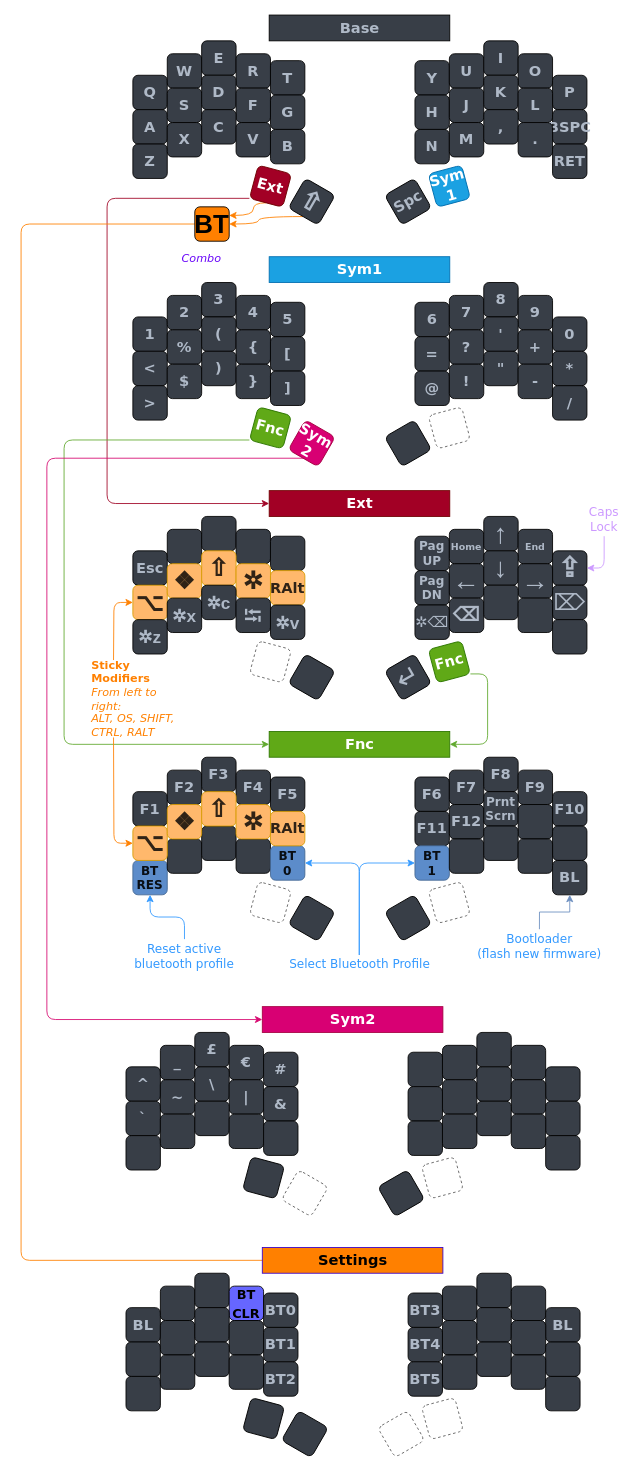
Lbredeson/zmk-pray keeps this draw.io diagram as Untitled Diagram.drawio. Above is the earlier version. Source tidied: cells renumbered, new cells numbered last; positions are measured from the earlier drawing's top-left corner, leaving out a move shared by most shapes. Both pictures are drawn from the tidied source at 86%, with x=0, y=0 at pixel (21, 15).
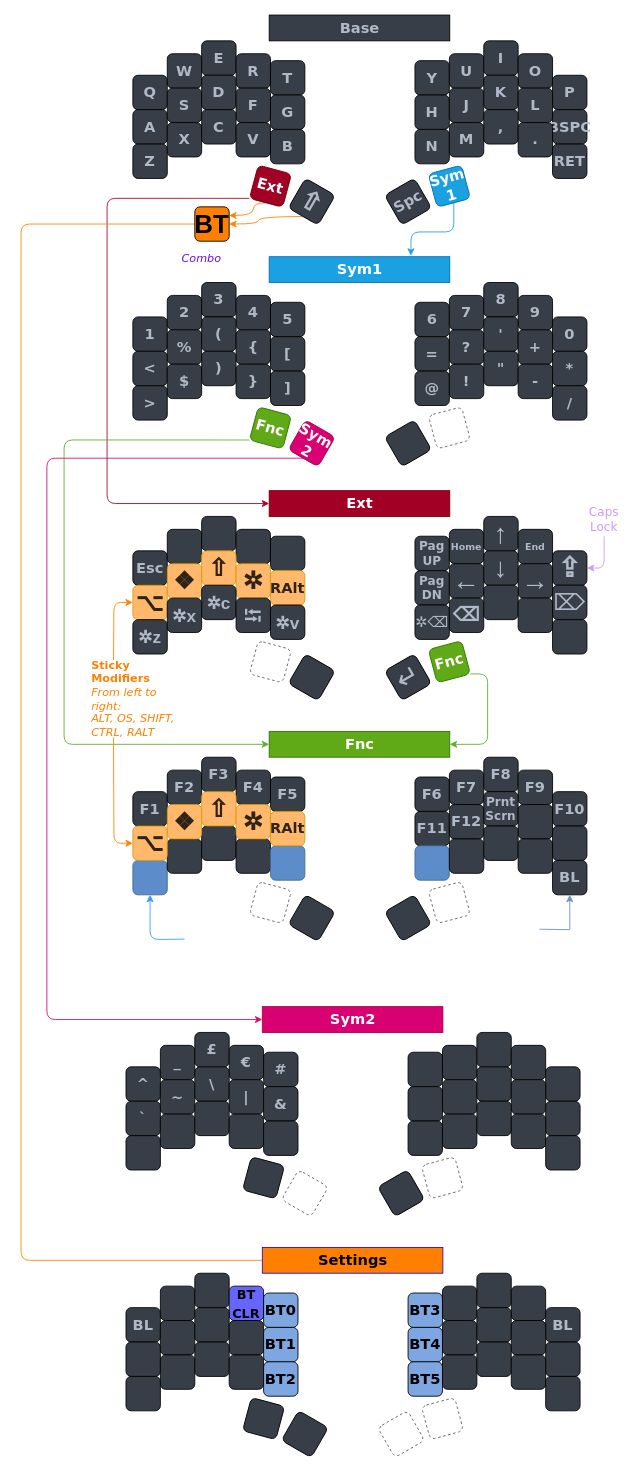
The same page after the edit.

Unchanged cells that the change refers to:
```xml
<mxCell id="38" value="Sym&lt;br&gt;1" style="whiteSpace=wrap;html=1;rotation=-15;fontSize=17;fontFamily=Verdana;fontStyle=1;fillColor=#1ba1e2;strokeColor=#006EAF;fontColor=#ffffff;rounded=1;" parent="1" vertex="1">
  <mxGeometry x="478" y="179" width="40" height="40" as="geometry" />
</mxCell>
<mxCell id="141" value="BL" style="whiteSpace=wrap;html=1;fontSize=17;fontFamily=Verdana;fontStyle=1;fontColor=#AFB9C7;fillColor=#383E47;rounded=1;" parent="1" vertex="1">
  <mxGeometry x="618" y="983" width="40" height="40" as="geometry" />
</mxCell>
```

The edit, as a diff of the source:
```diff
@@
+    <mxCell id="234" style="edgeStyle=orthogonalEdgeStyle;rounded=1;jettySize=auto;html=1;exitX=0.5;exitY=1;exitDx=0;exitDy=0;entryX=0.785;entryY=-0.04;entryDx=0;entryDy=0;entryPerimeter=0;fontColor=#000000;strokeColor=#1BA1E2;" parent="1" edge="1" source="38" target="76">
+      <mxGeometry relative="1" as="geometry" />
+    </mxCell>
@@
-    <mxCell id="76" value="&lt;b&gt;Sym1&lt;/b&gt;" style="rounded=0;whiteSpace=wrap;html=1;fontFamily=Verdana;fontSize=17;fillColor=#1ba1e2;strokeColor=#006EAF;fontStyle=0;fontColor=#ffffff;" parent="1" vertex="1">
+    <mxCell id="76" value="&lt;b&gt;Sym1&lt;/b&gt;" style="rounded=0;whiteSpace=wrap;html=1;fontFamily=Verdana;fontSize=17;fillColor=#1BA1E2;strokeColor=#006EAF;fontStyle=0;fontColor=#ffffff;" parent="1" vertex="1">
       <mxGeometry x="288.5" y="281" width="210" height="30" as="geometry" />
     </mxCell>
@@
-    <mxCell id="122" value="BT&lt;br style=&quot;font-size: 14px;&quot;&gt;RES" style="whiteSpace=wrap;html=1;fontSize=14;fontFamily=Verdana;fontStyle=1;fillColor=#5C8CCA;strokeColor=#456893;fontColor=#090e14;rounded=1;" parent="1" vertex="1">
+    <mxCell id="122" style="whiteSpace=wrap;html=1;fontSize=14;fontFamily=Verdana;fontStyle=1;fillColor=#5C8CCA;strokeColor=#456893;fontColor=#090e14;rounded=1;" parent="1" vertex="1">
       <mxGeometry x="130" y="983" width="40" height="40" as="geometry" />
     </mxCell>
@@
-    <mxCell id="126" value="BT&lt;br style=&quot;font-size: 14px;&quot;&gt;0" style="whiteSpace=wrap;html=1;fontSize=14;fontFamily=Verdana;fontStyle=1;fillColor=#5C8CCA;strokeColor=#456893;fontColor=#090e14;rounded=1;" parent="1" vertex="1">
+    <mxCell id="126" style="whiteSpace=wrap;html=1;fontSize=14;fontFamily=Verdana;fontStyle=1;fillColor=#5C8CCA;strokeColor=#456893;fontColor=#090e14;rounded=1;" parent="1" vertex="1">
       <mxGeometry x="290" y="966" width="40" height="40" as="geometry" />
     </mxCell>
@@
-    <mxCell id="137" value="BT&lt;br style=&quot;font-size: 14px;&quot;&gt;1" style="whiteSpace=wrap;html=1;fontSize=14;fontFamily=Verdana;fontStyle=1;fillColor=#5C8CCA;strokeColor=#456893;fontColor=#090e14;rounded=1;" parent="1" vertex="1">
+    <mxCell id="137" style="whiteSpace=wrap;html=1;fontSize=14;fontFamily=Verdana;fontStyle=1;fillColor=#5C8CCA;strokeColor=#456893;fontColor=#090e14;rounded=1;" parent="1" vertex="1">
       <mxGeometry x="458" y="966" width="40" height="40" as="geometry" />
     </mxCell>
@@
-    <mxCell id="155" value="BT0" style="whiteSpace=wrap;html=1;fontSize=17;fontFamily=Verdana;fontStyle=1;fontColor=#AFB9C7;fillColor=#383E47;rounded=1;" parent="1" vertex="1">
+    <mxCell id="155" value="&lt;font color=&quot;#000000&quot;&gt;BT0&lt;/font&gt;" style="whiteSpace=wrap;html=1;fontSize=17;fontFamily=Verdana;fontStyle=1;fontColor=#AFB9C7;fillColor=#7EA6E0;rounded=1;" parent="1" vertex="1">
       <mxGeometry x="282" y="1486" width="40" height="40" as="geometry" />
     </mxCell>
@@
-    <mxCell id="160" value="BT1" style="whiteSpace=wrap;html=1;fontSize=17;fontFamily=Verdana;fontStyle=1;fontColor=#AFB9C7;fillColor=#383E47;rounded=1;" parent="1" vertex="1">
+    <mxCell id="160" value="&lt;font color=&quot;#000000&quot;&gt;BT1&lt;/font&gt;" style="whiteSpace=wrap;html=1;fontSize=17;fontFamily=Verdana;fontStyle=1;fontColor=#AFB9C7;fillColor=#7EA6E0;rounded=1;" parent="1" vertex="1">
       <mxGeometry x="282" y="1526" width="40" height="40" as="geometry" />
     </mxCell>
@@
-    <mxCell id="165" value="BT2" style="whiteSpace=wrap;html=1;fontSize=17;fontFamily=Verdana;fontStyle=1;fontColor=#AFB9C7;fillColor=#383E47;rounded=1;" parent="1" vertex="1">
+    <mxCell id="165" value="&lt;font color=&quot;#000000&quot;&gt;BT2&lt;/font&gt;" style="whiteSpace=wrap;html=1;fontSize=17;fontFamily=Verdana;fontStyle=1;fontColor=#AFB9C7;fillColor=#7EA6E0;rounded=1;" parent="1" vertex="1">
       <mxGeometry x="282" y="1566" width="40" height="40" as="geometry" />
     </mxCell>
@@
-    <mxCell id="168" value="BT3" style="whiteSpace=wrap;html=1;fontSize=17;fontFamily=Verdana;fontStyle=1;fontColor=#AFB9C7;fillColor=#383E47;rounded=1;" parent="1" vertex="1">
+    <mxCell id="168" value="&lt;font color=&quot;#000000&quot;&gt;BT3&lt;/font&gt;" style="whiteSpace=wrap;html=1;fontSize=17;fontFamily=Verdana;fontStyle=1;fontColor=#AFB9C7;fillColor=#7EA6E0;rounded=1;" parent="1" vertex="1">
       <mxGeometry x="450" y="1486" width="40" height="40" as="geometry" />
     </mxCell>
@@
-    <mxCell id="173" value="BT4" style="whiteSpace=wrap;html=1;fontSize=17;fontFamily=Verdana;fontStyle=1;fontColor=#AFB9C7;fillColor=#383E47;rounded=1;" parent="1" vertex="1">
+    <mxCell id="173" value="&lt;font color=&quot;#000000&quot;&gt;BT4&lt;/font&gt;" style="whiteSpace=wrap;html=1;fontSize=17;fontFamily=Verdana;fontStyle=1;fontColor=#AFB9C7;fillColor=#7EA6E0;rounded=1;" parent="1" vertex="1">
       <mxGeometry x="450" y="1526" width="40" height="40" as="geometry" />
     </mxCell>
@@
-    <mxCell id="178" value="BT5" style="whiteSpace=wrap;html=1;fontSize=17;fontFamily=Verdana;fontStyle=1;fontColor=#AFB9C7;fillColor=#383E47;rounded=1;" parent="1" vertex="1">
+    <mxCell id="178" value="&lt;font color=&quot;#000000&quot;&gt;BT5&lt;/font&gt;" style="whiteSpace=wrap;html=1;fontSize=17;fontFamily=Verdana;fontStyle=1;fontColor=#AFB9C7;fillColor=#7EA6E0;rounded=1;" parent="1" vertex="1">
       <mxGeometry x="450" y="1566" width="40" height="40" as="geometry" />
     </mxCell>
@@
-    <mxCell id="186" style="edgeStyle=orthogonalEdgeStyle;rounded=1;jettySize=auto;html=1;exitX=0.5;exitY=0;exitDx=0;exitDy=0;entryX=1;entryY=0.5;entryDx=0;entryDy=0;fontFamily=Verdana;fontSize=14;fontColor=#3399FF;strokeColor=#3399FF;" parent="1" edge="1" source="188" target="126">
-      <mxGeometry relative="1" as="geometry" />
-    </mxCell>
-    <mxCell id="187" style="edgeStyle=orthogonalEdgeStyle;rounded=1;jettySize=auto;html=1;exitX=0.5;exitY=0;exitDx=0;exitDy=0;entryX=0;entryY=0.5;entryDx=0;entryDy=0;fontFamily=Verdana;fontSize=14;fontColor=#3399FF;strokeColor=#3399FF;" parent="1" edge="1" source="188" target="137">
-      <mxGeometry relative="1" as="geometry" />
-    </mxCell>
-    <mxCell id="188" value="Select Bluetooth Profile" style="text;html=1;strokeColor=none;fillColor=none;align=center;verticalAlign=middle;whiteSpace=wrap;rounded=0;shadow=0;glass=0;sketch=0;fontFamily=Verdana;fontSize=14;fontColor=#3399FF;" parent="1" vertex="1">
-      <mxGeometry x="308.5" y="1093" width="169.5" height="20" as="geometry" />
-    </mxCell>
-    <mxCell id="189" style="edgeStyle=orthogonalEdgeStyle;rounded=1;jettySize=auto;html=1;entryX=0.5;entryY=1;entryDx=0;entryDy=0;fontFamily=Verdana;fontSize=14;fontColor=#3399FF;strokeColor=#3399FF;fillColor=#dae8fc;" parent="1" edge="1" source="190" target="122">
-      <mxGeometry relative="1" as="geometry" />
+    <mxCell id="189" style="edgeStyle=orthogonalEdgeStyle;rounded=1;jettySize=auto;html=1;entryX=0.5;entryY=1;entryDx=0;entryDy=0;fontFamily=Verdana;fontSize=14;fontColor=#3399FF;strokeColor=#3399FF;fillColor=#dae8fc;" parent="1" edge="1" target="122">
+      <mxGeometry relative="1" as="geometry">
+        <mxPoint x="190" y="1074.5" as="sourcePoint" />
+      </mxGeometry>
     </mxCell>
-    <mxCell id="190" value="Reset active&lt;br&gt;bluetooth profile" style="text;html=1;strokeColor=none;fillColor=none;align=center;verticalAlign=middle;whiteSpace=wrap;rounded=0;shadow=0;glass=0;sketch=0;fontFamily=Verdana;fontSize=14;fontColor=#3399FF;" parent="1" vertex="1">
-      <mxGeometry x="122" y="1074.5" width="136" height="38.5" as="geometry" />
-    </mxCell>
-    <mxCell id="191" style="edgeStyle=orthogonalEdgeStyle;rounded=1;orthogonalLoop=1;jettySize=auto;html=1;exitX=0.5;exitY=1;exitDx=0;exitDy=0;fontFamily=Verdana;fontSize=14;fontColor=#3399FF;strokeColor=#FF8000;" parent="1" edge="1" source="190" target="190">
-      <mxGeometry relative="1" as="geometry" />
+    <mxCell id="191" style="edgeStyle=orthogonalEdgeStyle;rounded=1;orthogonalLoop=1;jettySize=auto;html=1;exitX=0.5;exitY=1;exitDx=0;exitDy=0;fontFamily=Verdana;fontSize=14;fontColor=#3399FF;strokeColor=#FF8000;" parent="1" edge="1">
+      <mxGeometry relative="1" as="geometry">
+        <mxPoint x="190" y="1113" as="sourcePoint" />
+        <mxPoint x="190" y="1113" as="targetPoint" />
+      </mxGeometry>
     </mxCell>
@@
-    <mxCell id="231" style="edgeStyle=orthogonalEdgeStyle;rounded=0;jettySize=auto;html=1;exitX=0.5;exitY=0;exitDx=0;exitDy=0;entryX=0.5;entryY=1;entryDx=0;entryDy=0;fillColor=#dae8fc;strokeColor=#6c8ebf;" parent="1" edge="1" source="232" target="141">
-      <mxGeometry relative="1" as="geometry" />
+    <mxCell id="231" style="edgeStyle=orthogonalEdgeStyle;rounded=0;jettySize=auto;html=1;exitX=0.5;exitY=0;exitDx=0;exitDy=0;entryX=0.5;entryY=1;entryDx=0;entryDy=0;fillColor=#dae8fc;strokeColor=#6c8ebf;" parent="1" edge="1" target="141">
+      <mxGeometry relative="1" as="geometry">
+        <mxPoint x="602.8" y="1063" as="sourcePoint" />
+      </mxGeometry>
     </mxCell>
-    <mxCell id="232" value="Bootloader&lt;br&gt;(flash new firmware)" style="text;html=1;strokeColor=none;fillColor=none;align=center;verticalAlign=middle;whiteSpace=wrap;rounded=0;shadow=0;glass=0;sketch=0;fontFamily=Verdana;fontSize=14;fontColor=#3399FF;" parent="1" vertex="1">
-      <mxGeometry x="518" y="1063" width="169.5" height="40" as="geometry" />
-    </mxCell>
```
